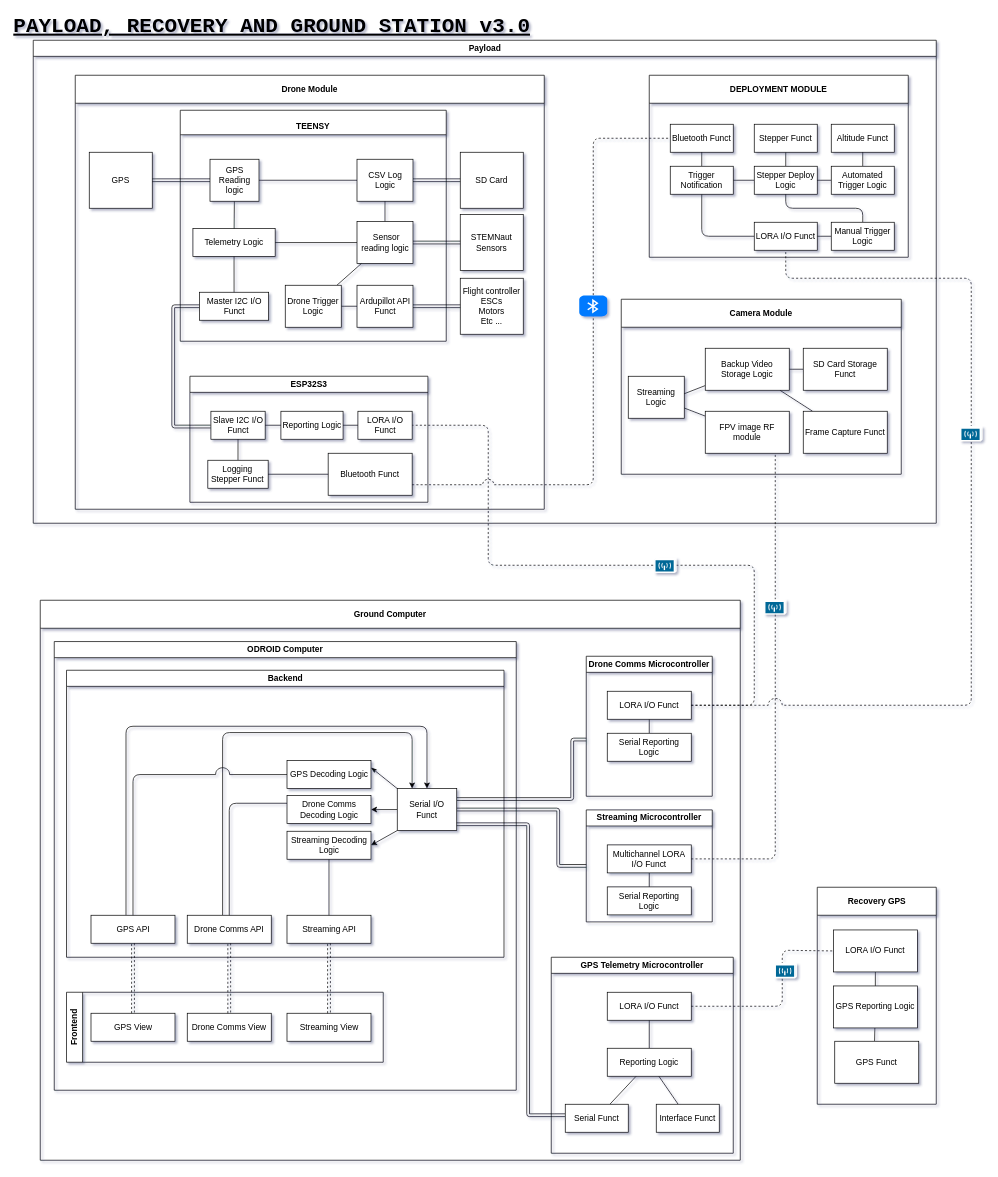
This is page "Page-2" (1 of 6) of Design/Payload_charts.drawio from usfsoar/NSL_23-24_PayloadEECS, a draw.io file, before an edit. Source tidied: cells renumbered, new cells numbered last; positions are measured from the earlier drawing's top-left corner, leaving out a move shared by most shapes. Both pictures are drawn from the tidied source at 70%, with x=0, y=0 at pixel (12, 12).
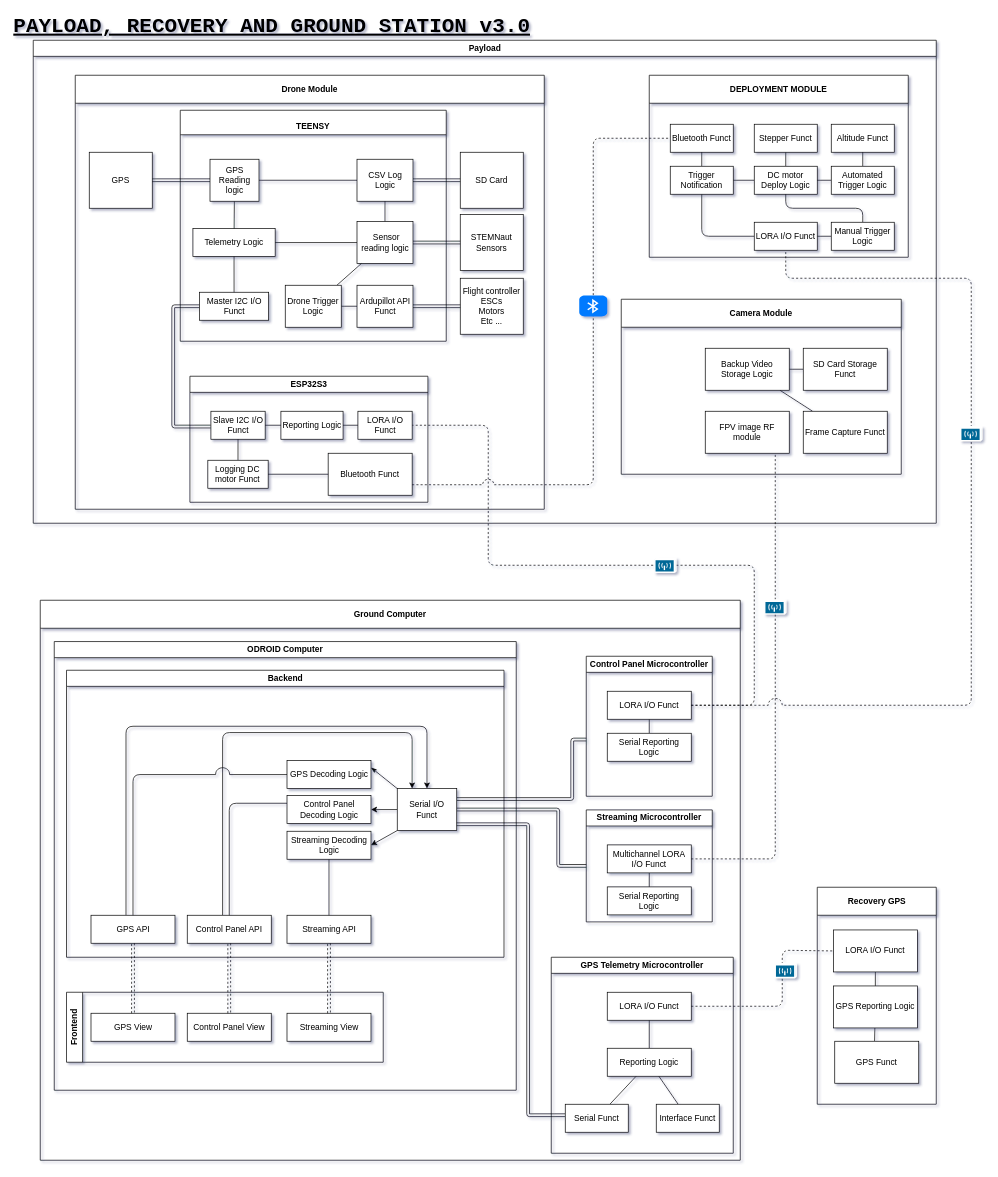
The same diagram, later.

The change refers to these unchanged cells:
```xml
<mxCell id="3" value="Ground Computer" style="swimlane;whiteSpace=wrap;html=1;startSize=40;" parent="1" vertex="1">
  <mxGeometry x="40" y="840" width="1000" height="800" as="geometry" />
</mxCell>
<mxCell id="15" value="Frontend" style="swimlane;horizontal=0;whiteSpace=wrap;html=1;labelBackgroundColor=none;fontColor=default;gradientColor=none;" parent="14" vertex="1">
  <mxGeometry x="17.5" y="501" width="452.5" height="100" as="geometry" />
</mxCell>
<mxCell id="19" value="Backend" style="swimlane;whiteSpace=wrap;html=1;labelBackgroundColor=none;fontColor=default;" parent="14" vertex="1">
  <mxGeometry x="17.5" y="41" width="625" height="410" as="geometry" />
</mxCell>
<mxCell id="58" value="Camera Module" style="swimlane;whiteSpace=wrap;html=1;startSize=40;" parent="57" vertex="1">
  <mxGeometry x="840" y="370" width="400" height="250" as="geometry" />
</mxCell>
<mxCell id="64" value="Backup Video Storage Logic" style="rounded=0;whiteSpace=wrap;html=1;" parent="58" vertex="1">
  <mxGeometry x="120" y="70" width="120" height="60" as="geometry" />
</mxCell>
<mxCell id="66" value="FPV image RF module" style="rounded=0;whiteSpace=wrap;html=1;" parent="58" vertex="1">
  <mxGeometry x="120" y="160" width="120" height="60" as="geometry" />
</mxCell>
<mxCell id="68" value="DEPLOYMENT MODULE" style="swimlane;whiteSpace=wrap;html=1;startSize=40;" parent="57" vertex="1">
  <mxGeometry x="880" y="50" width="370" height="260" as="geometry" />
</mxCell>
<mxCell id="86" value="ESP32S3" style="swimlane;whiteSpace=wrap;html=1;labelBackgroundColor=none;fontColor=default;gradientColor=none;" parent="85" vertex="1">
  <mxGeometry x="163.8" y="430" width="340" height="180" as="geometry" />
</mxCell>
```

The edit, as a diff of the source:
```diff
@@
-    <mxCell id="5" value="Drone Comms Microcontroller" style="swimlane;whiteSpace=wrap;html=1;labelBackgroundColor=none;fontColor=default;" parent="3" vertex="1">
+    <mxCell id="5" value="Control Panel Microcontroller" style="swimlane;whiteSpace=wrap;html=1;labelBackgroundColor=none;fontColor=default;" parent="3" vertex="1">
       <mxGeometry x="780" y="80" width="180" height="200" as="geometry" />
     </mxCell>
@@
-    <mxCell id="17" value="Drone Comms View" style="rounded=0;whiteSpace=wrap;html=1;" parent="15" vertex="1">
+    <mxCell id="17" value="Control Panel View" style="rounded=0;whiteSpace=wrap;html=1;" parent="15" vertex="1">
       <mxGeometry x="172.5" y="30" width="120" height="40" as="geometry" />
     </mxCell>
@@
-    <mxCell id="27" value="Drone Comms API" style="rounded=0;whiteSpace=wrap;html=1;" parent="19" vertex="1">
+    <mxCell id="27" value="Control Panel API" style="rounded=0;whiteSpace=wrap;html=1;" parent="19" vertex="1">
       <mxGeometry x="172.5" y="350" width="120" height="40" as="geometry" />
     </mxCell>
@@
-    <mxCell id="32" value="Drone Comms Decoding Logic" style="rounded=0;whiteSpace=wrap;html=1;" parent="19" vertex="1">
+    <mxCell id="32" value="Control Panel Decoding Logic" style="rounded=0;whiteSpace=wrap;html=1;" parent="19" vertex="1">
       <mxGeometry x="315" y="179" width="120" height="40" as="geometry" />
     </mxCell>
@@
-    <mxCell id="63" style="edgeStyle=none;html=1;entryX=0.983;entryY=0.425;entryDx=0;entryDy=0;entryPerimeter=0;fontColor=default;startArrow=none;startFill=0;endArrow=none;endFill=0;" parent="58" edge="1" source="64" target="67">
-      <mxGeometry relative="1" as="geometry" />
-    </mxCell>
@@
-    <mxCell id="65" style="edgeStyle=none;html=1;fontColor=default;startArrow=none;startFill=0;endArrow=none;endFill=0;" parent="58" edge="1" source="66" target="67">
-      <mxGeometry relative="1" as="geometry" />
-    </mxCell>
@@
-    <mxCell id="67" value="Streaming Logic" style="rounded=0;whiteSpace=wrap;html=1;" parent="58" vertex="1">
-      <mxGeometry x="10" y="110" width="80" height="60" as="geometry" />
-    </mxCell>
@@
-    <mxCell id="74" value="Stepper Deploy Logic" style="rounded=0;whiteSpace=wrap;html=1;" parent="68" vertex="1">
+    <mxCell id="74" value="DC motor Deploy Logic" style="rounded=0;whiteSpace=wrap;html=1;" parent="68" vertex="1">
       <mxGeometry x="150" y="130" width="90" height="40" as="geometry" />
     </mxCell>
@@
-    <mxCell id="94" value="Logging Stepper Funct" style="rounded=0;whiteSpace=wrap;html=1;" parent="86" vertex="1">
+    <mxCell id="94" value="Logging DC motor Funct" style="rounded=0;whiteSpace=wrap;html=1;" parent="86" vertex="1">
       <mxGeometry x="25.6" y="120" width="86.2" height="40" as="geometry" />
     </mxCell>
```
